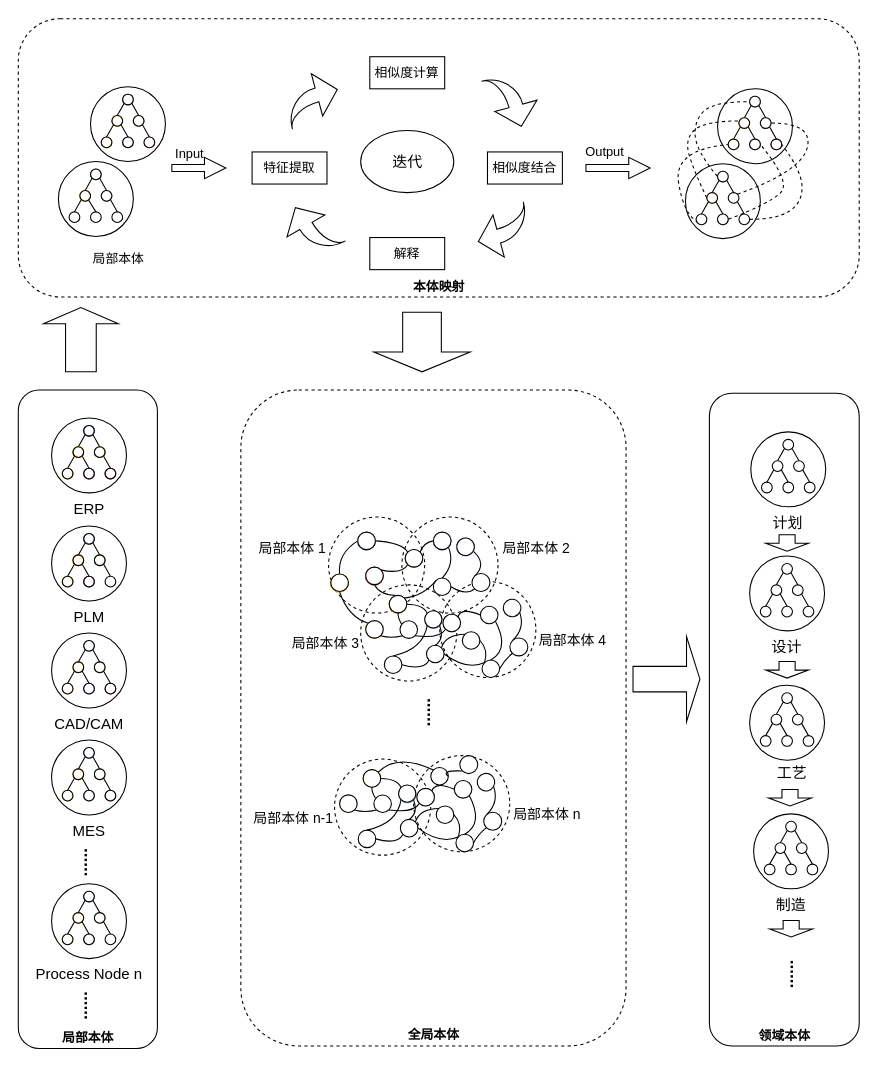
Before: page "Copy of 本体映射" (4 of 7) of BOM/BOM语义知识统一.drawio in littlelittlemoon/DiagramsRepository, a draw.io diagram. Source tidied: cells renumbered, new cells numbered last; positions are measured from the earlier drawing's top-left corner, leaving out a move shared by most shapes. Both pictures are drawn from the tidied source at 107%, with x=0, y=0 at pixel (18, 18).
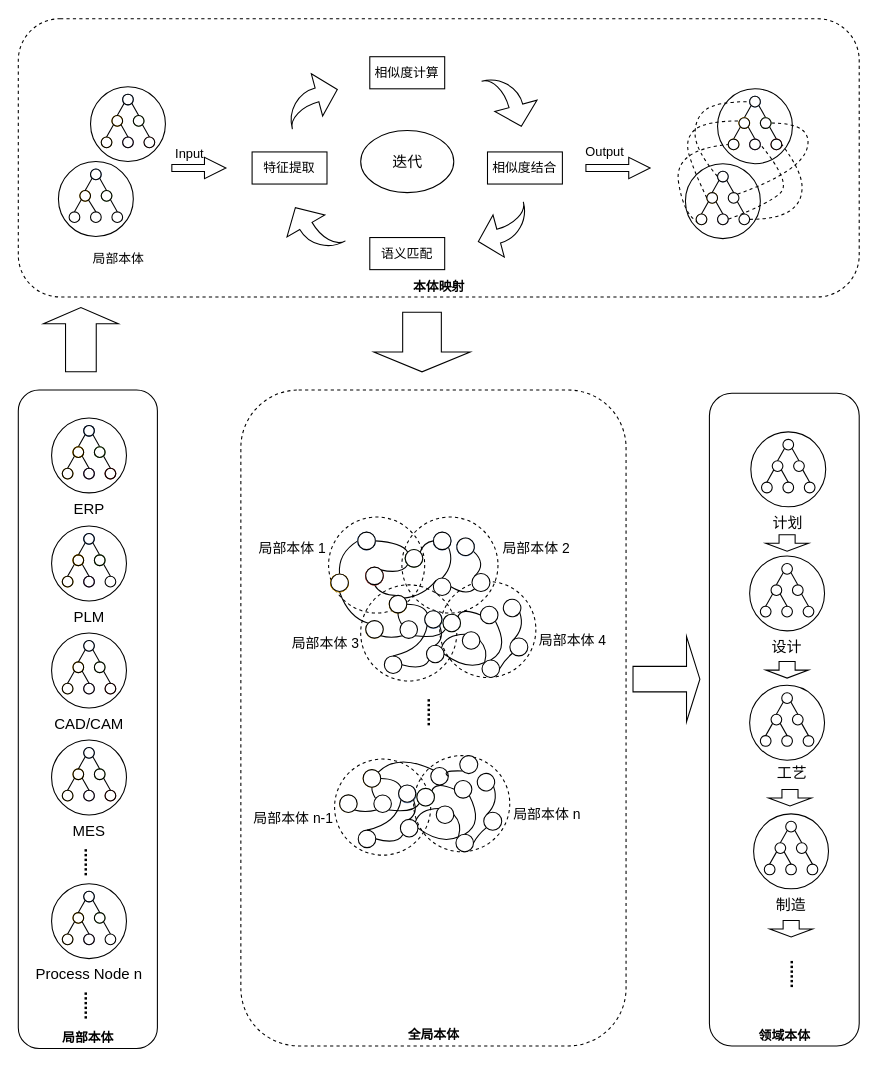
The same diagram, later.

Diff of the diagram source:
```diff
@@
-    <mxCell id="61" value="解释" style="rounded=0;whiteSpace=wrap;html=1;fillColor=none;strokeColor=#000000;strokeWidth=1;" parent="1" vertex="1">
+    <mxCell id="61" value="语义匹配" style="rounded=0;whiteSpace=wrap;html=1;fillColor=none;strokeColor=#000000;strokeWidth=1;" parent="1" vertex="1">
       <mxGeometry x="328.1" y="204.5" width="70" height="30" as="geometry" />
     </mxCell>
```
